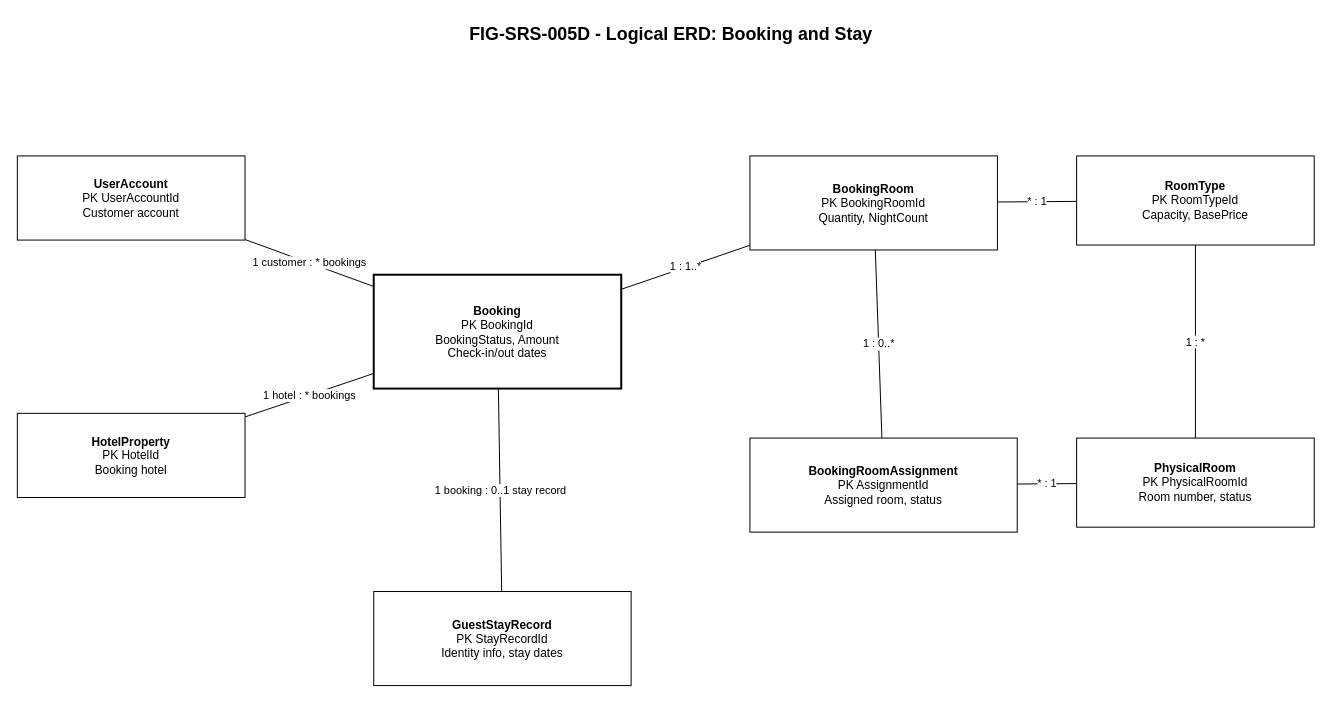
Before: diagrams/drawio/FIG-SRS-005D_logical_erd_booking_stay.drawio in thaideptrai218/hotel-management-system-srs, a draw.io diagram. Source tidied: cells renumbered, new cells numbered last; positions are measured from the earlier drawing's top-left corner, leaving out a move shared by most shapes. Both pictures are drawn from the tidied source at 99%, with x=0, y=0 at pixel (17, 17).
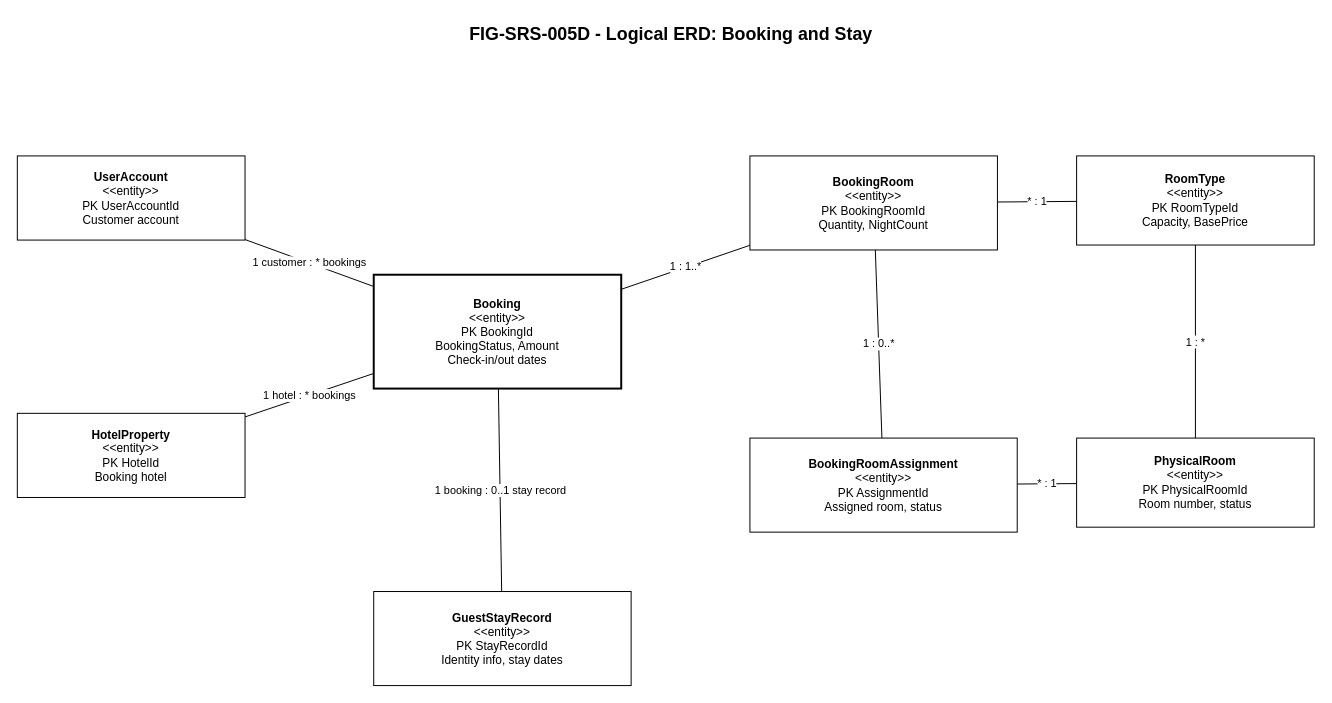
After the change.

What changed in the source:
```diff
@@
 <mxGraphModel>
   <root>
     <mxCell id="0" />
     <mxCell id="1" parent="0" />
     <mxCell id="2" value="FIG-SRS-005D - Logical ERD: Booking and Stay" style="text;html=1;strokeColor=none;fillColor=none;fontSize=18;fontStyle=1;align=center;" parent="1" vertex="1">
       <mxGeometry x="320" width="680" height="40" as="geometry" />
     </mxCell>
     <mxCell id="3" value="1 customer : * bookings" style="endArrow=none;html=1;rounded=0;fontSize=11;labelBackgroundColor=#ffffff;" parent="1" edge="1" source="11" target="13">
       <mxGeometry relative="1" as="geometry" />
     </mxCell>
     <mxCell id="4" value="1 hotel : * bookings" style="endArrow=none;html=1;rounded=0;fontSize=11;labelBackgroundColor=#ffffff;" parent="1" edge="1" source="12" target="13">
       <mxGeometry relative="1" as="geometry" />
     </mxCell>
     <mxCell id="5" value="1 : 1..*" style="endArrow=none;html=1;rounded=0;fontSize=11;labelBackgroundColor=#ffffff;" parent="1" edge="1" source="13" target="14">
       <mxGeometry relative="1" as="geometry" />
     </mxCell>
     <mxCell id="6" value="* : 1" style="endArrow=none;html=1;rounded=0;fontSize=11;labelBackgroundColor=#ffffff;" parent="1" edge="1" source="14" target="15">
       <mxGeometry relative="1" as="geometry" />
     </mxCell>
     <mxCell id="7" value="1 : *" style="endArrow=none;html=1;rounded=0;fontSize=11;labelBackgroundColor=#ffffff;" parent="1" edge="1" source="15" target="17">
       <mxGeometry relative="1" as="geometry" />
     </mxCell>
     <mxCell id="8" value="1 : 0..*" style="endArrow=none;html=1;rounded=0;fontSize=11;labelBackgroundColor=#ffffff;" parent="1" edge="1" source="14" target="16">
       <mxGeometry relative="1" as="geometry" />
     </mxCell>
     <mxCell id="9" value="* : 1" style="endArrow=none;html=1;rounded=0;fontSize=11;labelBackgroundColor=#ffffff;" parent="1" edge="1" source="16" target="17">
       <mxGeometry relative="1" as="geometry" />
     </mxCell>
     <mxCell id="10" value="1 booking : 0..1 stay record" style="endArrow=none;html=1;rounded=0;fontSize=11;labelBackgroundColor=#ffffff;" parent="1" edge="1" source="13" target="18">
       <mxGeometry relative="1" as="geometry" />
     </mxCell>
-    <mxCell id="11" value="&lt;b&gt;UserAccount&lt;/b&gt;&#10;PK UserAccountId&#10;Customer account" style="rounded=0;whiteSpace=wrap;html=1;fontSize=12;fillColor=#ffffff;" parent="1" vertex="1">
+    <mxCell id="11" value="&lt;b&gt;UserAccount&lt;/b&gt;&#10;&amp;lt;&amp;lt;entity&amp;gt;&amp;gt;&#10;PK UserAccountId&#10;Customer account" style="rounded=0;whiteSpace=wrap;html=1;fontSize=12;fillColor=#ffffff;" parent="1" vertex="1">
       <mxGeometry y="140" width="230" height="85" as="geometry" />
     </mxCell>
-    <mxCell id="12" value="&lt;b&gt;HotelProperty&lt;/b&gt;&#10;PK HotelId&#10;Booking hotel" style="rounded=0;whiteSpace=wrap;html=1;fontSize=12;fillColor=#ffffff;" parent="1" vertex="1">
+    <mxCell id="12" value="&lt;b&gt;HotelProperty&lt;/b&gt;&#10;&amp;lt;&amp;lt;entity&amp;gt;&amp;gt;&#10;PK HotelId&#10;Booking hotel" style="rounded=0;whiteSpace=wrap;html=1;fontSize=12;fillColor=#ffffff;" parent="1" vertex="1">
       <mxGeometry y="400" width="230" height="85" as="geometry" />
     </mxCell>
-    <mxCell id="13" value="&lt;b&gt;Booking&lt;/b&gt;&#10;PK BookingId&#10;BookingStatus, Amount&#10;Check-in/out dates" style="rounded=0;whiteSpace=wrap;html=1;fontSize=12;fillColor=#ffffff;strokeWidth=2;" parent="1" vertex="1">
+    <mxCell id="13" value="&lt;b&gt;Booking&lt;/b&gt;&#10;&amp;lt;&amp;lt;entity&amp;gt;&amp;gt;&#10;PK BookingId&#10;BookingStatus, Amount&#10;Check-in/out dates" style="rounded=0;whiteSpace=wrap;html=1;fontSize=12;fillColor=#ffffff;strokeWidth=2;" parent="1" vertex="1">
       <mxGeometry x="360" y="260" width="250" height="115" as="geometry" />
     </mxCell>
-    <mxCell id="14" value="&lt;b&gt;BookingRoom&lt;/b&gt;&#10;PK BookingRoomId&#10;Quantity, NightCount" style="rounded=0;whiteSpace=wrap;html=1;fontSize=12;fillColor=#ffffff;" parent="1" vertex="1">
+    <mxCell id="14" value="&lt;b&gt;BookingRoom&lt;/b&gt;&#10;&amp;lt;&amp;lt;entity&amp;gt;&amp;gt;&#10;PK BookingRoomId&#10;Quantity, NightCount" style="rounded=0;whiteSpace=wrap;html=1;fontSize=12;fillColor=#ffffff;" parent="1" vertex="1">
       <mxGeometry x="740" y="140" width="250" height="95" as="geometry" />
     </mxCell>
-    <mxCell id="15" value="&lt;b&gt;RoomType&lt;/b&gt;&#10;PK RoomTypeId&#10;Capacity, BasePrice" style="rounded=0;whiteSpace=wrap;html=1;fontSize=12;fillColor=#ffffff;" parent="1" vertex="1">
+    <mxCell id="15" value="&lt;b&gt;RoomType&lt;/b&gt;&#10;&amp;lt;&amp;lt;entity&amp;gt;&amp;gt;&#10;PK RoomTypeId&#10;Capacity, BasePrice" style="rounded=0;whiteSpace=wrap;html=1;fontSize=12;fillColor=#ffffff;" parent="1" vertex="1">
       <mxGeometry x="1070" y="140" width="240" height="90" as="geometry" />
     </mxCell>
-    <mxCell id="16" value="&lt;b&gt;BookingRoomAssignment&lt;/b&gt;&#10;PK AssignmentId&#10;Assigned room, status" style="rounded=0;whiteSpace=wrap;html=1;fontSize=12;fillColor=#ffffff;" parent="1" vertex="1">
+    <mxCell id="16" value="&lt;b&gt;BookingRoomAssignment&lt;/b&gt;&#10;&amp;lt;&amp;lt;entity&amp;gt;&amp;gt;&#10;PK AssignmentId&#10;Assigned room, status" style="rounded=0;whiteSpace=wrap;html=1;fontSize=12;fillColor=#ffffff;" parent="1" vertex="1">
       <mxGeometry x="740" y="425" width="270" height="95" as="geometry" />
     </mxCell>
-    <mxCell id="17" value="&lt;b&gt;PhysicalRoom&lt;/b&gt;&#10;PK PhysicalRoomId&#10;Room number, status" style="rounded=0;whiteSpace=wrap;html=1;fontSize=12;fillColor=#ffffff;" parent="1" vertex="1">
+    <mxCell id="17" value="&lt;b&gt;PhysicalRoom&lt;/b&gt;&#10;&amp;lt;&amp;lt;entity&amp;gt;&amp;gt;&#10;PK PhysicalRoomId&#10;Room number, status" style="rounded=0;whiteSpace=wrap;html=1;fontSize=12;fillColor=#ffffff;" parent="1" vertex="1">
       <mxGeometry x="1070" y="425" width="240" height="90" as="geometry" />
     </mxCell>
-    <mxCell id="18" value="&lt;b&gt;GuestStayRecord&lt;/b&gt;&#10;PK StayRecordId&#10;Identity info, stay dates" style="rounded=0;whiteSpace=wrap;html=1;fontSize=12;fillColor=#ffffff;" parent="1" vertex="1">
+    <mxCell id="18" value="&lt;b&gt;GuestStayRecord&lt;/b&gt;&#10;&amp;lt;&amp;lt;entity&amp;gt;&amp;gt;&#10;PK StayRecordId&#10;Identity info, stay dates" style="rounded=0;whiteSpace=wrap;html=1;fontSize=12;fillColor=#ffffff;" parent="1" vertex="1">
       <mxGeometry x="360" y="580" width="260" height="95" as="geometry" />
     </mxCell>
   </root>
 </mxGraphModel>
```
